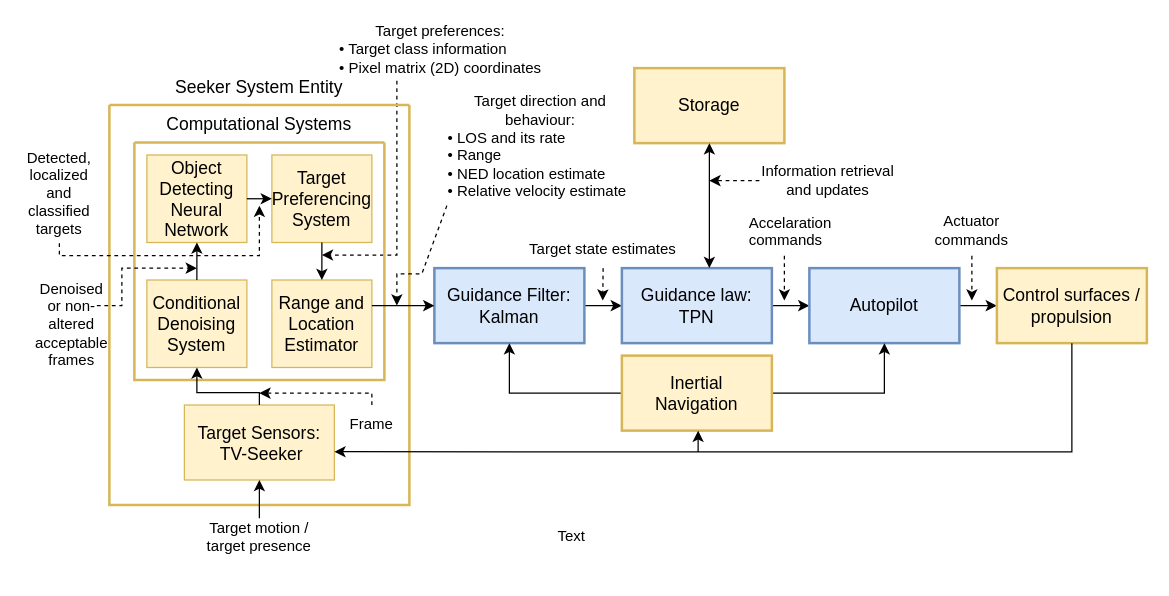
jukkajo/satunnaista-tavaraa keeps this draw.io diagram as Control-Topology.drawio. Above is the earlier version. Source tidied: cells renumbered, new cells numbered last; positions are measured from the earlier drawing's top-left corner, leaving out a move shared by most shapes. Both pictures are drawn from the tidied source at 125%, with x=0, y=0 at pixel (21, 30).
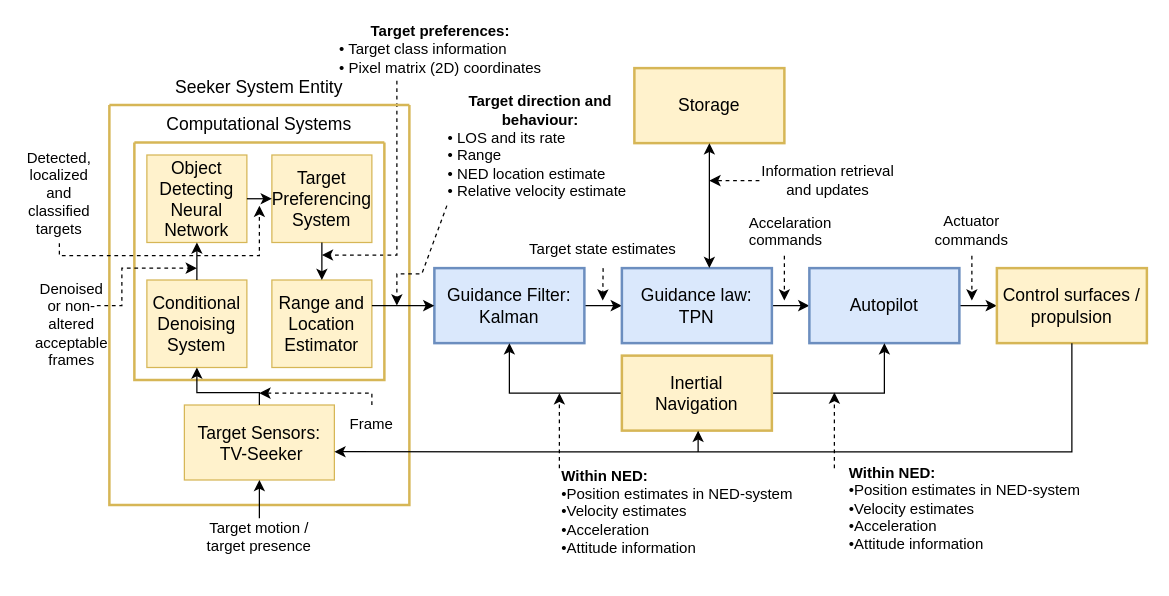
The same diagram, later.

The edit, as a diff of the source:
```diff
@@
-    <mxCell id="2" value="&lt;div style=&quot;&quot;&gt;&lt;font style=&quot;font-size: 12px;&quot;&gt;Target preferences:&lt;/font&gt;&lt;/div&gt;&lt;div align=&quot;left&quot;&gt;&lt;font style=&quot;font-size: 12px;&quot;&gt;•&lt;/font&gt;&lt;font style=&quot;font-size: 12px;&quot;&gt; Target class information&lt;/font&gt;&lt;/div&gt;&lt;div align=&quot;left&quot;&gt;&lt;font style=&quot;font-size: 12px;&quot;&gt;• &lt;/font&gt;&lt;font style=&quot;font-size: 12px;&quot;&gt;Pixel matrix (2D) coordinates&lt;br&gt;&lt;/font&gt;&lt;/div&gt;" style="text;html=1;align=center;verticalAlign=middle;whiteSpace=wrap;rounded=0;" parent="1" vertex="1">
+    <mxCell id="2" value="&lt;div style=&quot;&quot;&gt;&lt;font style=&quot;font-size: 12px;&quot;&gt;&lt;b&gt;Target preferences:&lt;/b&gt;&lt;/font&gt;&lt;/div&gt;&lt;div align=&quot;left&quot;&gt;&lt;font style=&quot;font-size: 12px;&quot;&gt;•&lt;/font&gt;&lt;font style=&quot;font-size: 12px;&quot;&gt; Target class information&lt;/font&gt;&lt;/div&gt;&lt;div align=&quot;left&quot;&gt;&lt;font style=&quot;font-size: 12px;&quot;&gt;• &lt;/font&gt;&lt;font style=&quot;font-size: 12px;&quot;&gt;Pixel matrix (2D) coordinates&lt;br&gt;&lt;/font&gt;&lt;/div&gt;" style="text;html=1;align=center;verticalAlign=middle;whiteSpace=wrap;rounded=0;" parent="1" vertex="1">
       <mxGeometry x="250" y="-0.5" width="170" height="30" as="geometry" />
     </mxCell>
@@
-    <mxCell id="47" value="&lt;div style=&quot;&quot;&gt;&lt;font style=&quot;font-size: 12px;&quot;&gt;Target direction and behaviour:&lt;/font&gt;&lt;/div&gt;&lt;div align=&quot;left&quot;&gt;&lt;font style=&quot;font-size: 12px;&quot;&gt;• LOS and its rate&lt;/font&gt;&lt;br&gt;&lt;font style=&quot;font-size: 12px;&quot;&gt;• Range&lt;/font&gt;&lt;br&gt;&lt;font style=&quot;font-size: 12px;&quot;&gt;• NED location estimate&lt;/font&gt;&lt;br&gt;&lt;/div&gt;&lt;div align=&quot;left&quot;&gt;&lt;font style=&quot;font-size: 12px;&quot;&gt;• Relative velocity estimate&lt;/font&gt;&lt;/div&gt;&lt;div style=&quot;&quot;&gt;&lt;font style=&quot;font-size: 12px;&quot;&gt;&lt;br&gt;&lt;/font&gt;&lt;/div&gt;" style="text;html=1;align=center;verticalAlign=middle;whiteSpace=wrap;rounded=0;" parent="1" vertex="1">
+    <mxCell id="47" value="&lt;div style=&quot;&quot;&gt;&lt;b&gt;&lt;font style=&quot;font-size: 12px;&quot;&gt;Target direction and behaviour:&lt;/font&gt;&lt;/b&gt;&lt;/div&gt;&lt;div align=&quot;left&quot;&gt;&lt;font style=&quot;font-size: 12px;&quot;&gt;• LOS and its rate&lt;/font&gt;&lt;br&gt;&lt;font style=&quot;font-size: 12px;&quot;&gt;• Range&lt;/font&gt;&lt;br&gt;&lt;font style=&quot;font-size: 12px;&quot;&gt;• NED location estimate&lt;/font&gt;&lt;br&gt;&lt;/div&gt;&lt;div align=&quot;left&quot;&gt;&lt;font style=&quot;font-size: 12px;&quot;&gt;• Relative velocity estimate&lt;/font&gt;&lt;/div&gt;&lt;div style=&quot;&quot;&gt;&lt;font style=&quot;font-size: 12px;&quot;&gt;&lt;br&gt;&lt;/font&gt;&lt;/div&gt;" style="text;html=1;align=center;verticalAlign=middle;whiteSpace=wrap;rounded=0;" parent="1" vertex="1">
       <mxGeometry x="340" y="85" width="150" height="30" as="geometry" />
     </mxCell>
@@
-    <mxCell id="52" value="Text" style="text;html=1;align=center;verticalAlign=middle;whiteSpace=wrap;rounded=0;" parent="1" vertex="1">
-      <mxGeometry x="410" y="390" width="60" height="30" as="geometry" />
+    <mxCell id="52" value="&lt;div&gt;&lt;b&gt;&lt;br&gt;&lt;/b&gt;&lt;/div&gt;&lt;div&gt;&lt;b&gt;Within NED:&lt;/b&gt;&lt;br&gt;&lt;/div&gt;&lt;div align=&quot;left&quot;&gt;&lt;font style=&quot;font-size: 12px;&quot;&gt;•Position estimates in NED-syst&lt;/font&gt;&lt;font style=&quot;font-size: 12px;&quot;&gt;em&lt;br&gt;&lt;/font&gt;&lt;font style=&quot;font-size: 12px;&quot;&gt;•&lt;/font&gt;&lt;font style=&quot;font-size: 12px;&quot;&gt;Velocity estimates&lt;br&gt;&lt;/font&gt;&lt;font style=&quot;font-size: 12px;&quot;&gt;•&lt;/font&gt;&lt;font style=&quot;font-size: 12px;&quot;&gt;Acceleration&lt;br&gt;&lt;/font&gt;&lt;font style=&quot;font-size: 12px;&quot;&gt;•&lt;/font&gt;&lt;font style=&quot;font-size: 12px;&quot;&gt;Attitude information&lt;br&gt;&lt;br&gt;&lt;/font&gt;&lt;/div&gt;" style="text;html=1;align=left;verticalAlign=middle;whiteSpace=wrap;rounded=0;" parent="1" vertex="1">
+      <mxGeometry x="430" y="350" width="220" height="70" as="geometry" />
     </mxCell>
+    <mxCell id="53" style="html=1;labelBackgroundColor=#ffffff;startArrow=none;startFill=0;startSize=6;endArrow=classic;endFill=1;endSize=6;jettySize=auto;orthogonalLoop=1;strokeWidth=1;dashed=1;fontSize=14;rounded=0;" parent="1" edge="1">
+      <mxGeometry relative="1" as="geometry">
+        <mxPoint x="430" y="350" as="sourcePoint" />
+        <mxPoint x="430" y="290" as="targetPoint" />
+      </mxGeometry>
+    </mxCell>
+    <mxCell id="54" style="html=1;labelBackgroundColor=#ffffff;startArrow=none;startFill=0;startSize=6;endArrow=classic;endFill=1;endSize=6;jettySize=auto;orthogonalLoop=1;strokeWidth=1;dashed=1;fontSize=14;rounded=0;" parent="1" edge="1">
+      <mxGeometry relative="1" as="geometry">
+        <mxPoint x="650" y="350" as="sourcePoint" />
+        <mxPoint x="650" y="289.5" as="targetPoint" />
+      </mxGeometry>
+    </mxCell>
+    <mxCell id="55" value="&lt;div&gt;&lt;b&gt;&lt;br&gt;&lt;/b&gt;&lt;/div&gt;&lt;div&gt;&lt;div&gt;&lt;b&gt;&lt;br&gt;&lt;/b&gt;&lt;/div&gt;&lt;b&gt;Within NED:&lt;/b&gt;&lt;/div&gt;&lt;div align=&quot;left&quot;&gt;&lt;font style=&quot;font-size: 12px;&quot;&gt;•Position estimates in NED-syst&lt;/font&gt;&lt;font style=&quot;font-size: 12px;&quot;&gt;em&lt;br&gt;&lt;/font&gt;&lt;font style=&quot;font-size: 12px;&quot;&gt;•&lt;/font&gt;&lt;font style=&quot;font-size: 12px;&quot;&gt;Velocity estimates&lt;br&gt;&lt;/font&gt;&lt;font style=&quot;font-size: 12px;&quot;&gt;•&lt;/font&gt;&lt;font style=&quot;font-size: 12px;&quot;&gt;Acceleration&lt;br&gt;&lt;/font&gt;&lt;font style=&quot;font-size: 12px;&quot;&gt;•&lt;/font&gt;&lt;font style=&quot;font-size: 12px;&quot;&gt;Attitude information&lt;br&gt;&lt;br&gt;&lt;/font&gt;&lt;/div&gt;" style="text;html=1;align=left;verticalAlign=middle;whiteSpace=wrap;rounded=0;" parent="1" vertex="1">
+      <mxGeometry x="660" y="340" width="220" height="70" as="geometry" />
+    </mxCell>
```
